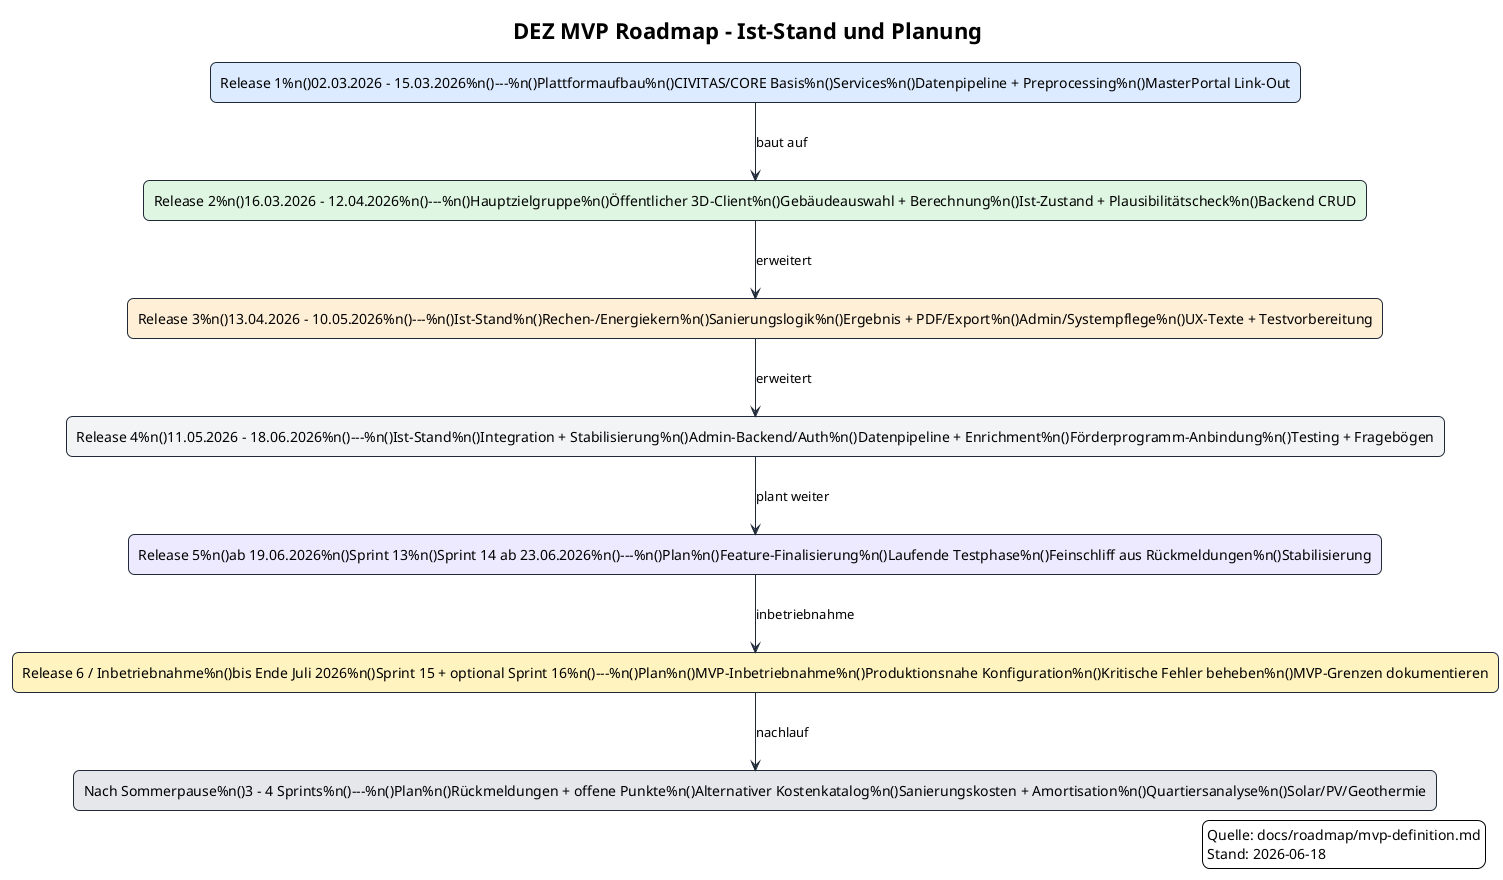
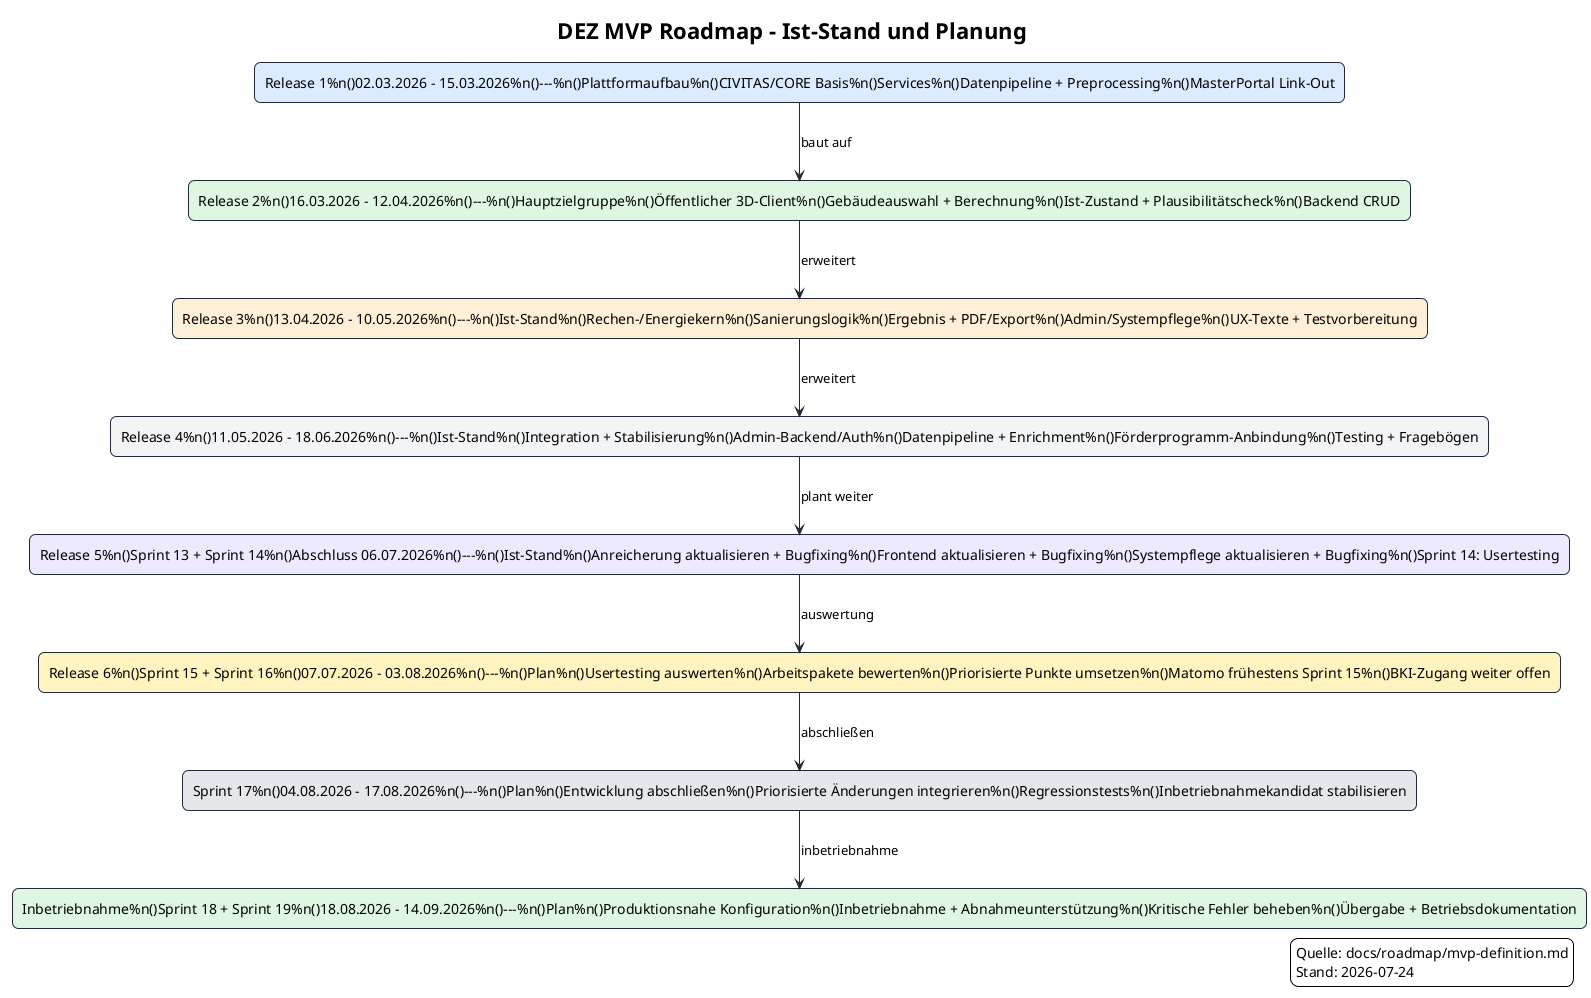
@startuml
!theme plain

title DEZ MVP Roadmap - Ist-Stand und Planung
top to bottom direction

skinparam shadowing false
skinparam defaultFontName Arial
skinparam rectangle {
  RoundCorner 12
  BorderColor #1F2937
}
skinparam ArrowColor #1F2937

rectangle "Release 1%n()02.03.2026 - 15.03.2026%n()---%n()Plattformaufbau%n()CIVITAS/CORE Basis%n()Services%n()Datenpipeline + Preprocessing%n()MasterPortal Link-Out" as R1 #DCEBFF

rectangle "Release 2%n()16.03.2026 - 12.04.2026%n()---%n()Hauptzielgruppe%n()Öffentlicher 3D-Client%n()Gebäudeauswahl + Berechnung%n()Ist-Zustand + Plausibilitätscheck%n()Backend CRUD" as R2 #DFF7E2

rectangle "Release 3%n()13.04.2026 - 10.05.2026%n()---%n()Ist-Stand%n()Rechen-/Energiekern%n()Sanierungslogik%n()Ergebnis + PDF/Export%n()Admin/Systempflege%n()UX-Texte + Testvorbereitung" as R3 #FFEFD6

rectangle "Release 4%n()11.05.2026 - 18.06.2026%n()---%n()Ist-Stand%n()Integration + Stabilisierung%n()Admin-Backend/Auth%n()Datenpipeline + Enrichment%n()Förderprogramm-Anbindung%n()Testing + Fragebögen" as R4 #F3F4F6

- rectangle "Release 5%n()ab 19.06.2026%n()Sprint 13%n()Sprint 14 ab 23.06.2026%n()---%n()Plan%n()Feature-Finalisierung%n()Laufende Testphase%n()Feinschliff aus Rückmeldungen%n()Stabilisierung" as R5 #EDE9FE
+ rectangle "Release 5%n()Sprint 13 + Sprint 14%n()Abschluss 06.07.2026%n()---%n()Ist-Stand%n()Anreicherung aktualisieren + Bugfixing%n()Frontend aktualisieren + Bugfixing%n()Systempflege aktualisieren + Bugfixing%n()Sprint 14: Usertesting" as R5 #EDE9FE

- rectangle "Release 6 / Inbetriebnahme%n()bis Ende Juli 2026%n()Sprint 15 + optional Sprint 16%n()---%n()Plan%n()MVP-Inbetriebnahme%n()Produktionsnahe Konfiguration%n()Kritische Fehler beheben%n()MVP-Grenzen dokumentieren" as R6 #FFF4BF
+ rectangle "Release 6%n()Sprint 15 + Sprint 16%n()07.07.2026 - 03.08.2026%n()---%n()Plan%n()Usertesting auswerten%n()Arbeitspakete bewerten%n()Priorisierte Punkte umsetzen%n()Matomo frühestens Sprint 15%n()BKI-Zugang weiter offen" as R6 #FFF4BF

- rectangle "Nach Sommerpause%n()3 - 4 Sprints%n()---%n()Plan%n()Rückmeldungen + offene Punkte%n()Alternativer Kostenkatalog%n()Sanierungskosten + Amortisation%n()Quartiersanalyse%n()Solar/PV/Geothermie" as POST #E5E7EB
+ rectangle "Sprint 17%n()04.08.2026 - 17.08.2026%n()---%n()Plan%n()Entwicklung abschließen%n()Priorisierte Änderungen integrieren%n()Regressionstests%n()Inbetriebnahmekandidat stabilisieren" as S17 #E5E7EB
+ 
+ rectangle "Inbetriebnahme%n()Sprint 18 + Sprint 19%n()18.08.2026 - 14.09.2026%n()---%n()Plan%n()Produktionsnahe Konfiguration%n()Inbetriebnahme + Abnahmeunterstützung%n()Kritische Fehler beheben%n()Übergabe + Betriebsdokumentation" as IB #DFF7E2

R1 --> R2 : baut auf
R2 --> R3 : erweitert
R3 --> R4 : erweitert
R4 --> R5 : plant weiter
- R5 --> R6 : inbetriebnahme
- R6 --> POST : nachlauf
+ R5 --> R6 : auswertung
+ R6 --> S17 : abschließen
+ S17 --> IB : inbetriebnahme

legend right
  Quelle: docs/roadmap/mvp-definition.md
-   Stand: 2026-06-18
+   Stand: 2026-07-24
endlegend

@enduml






